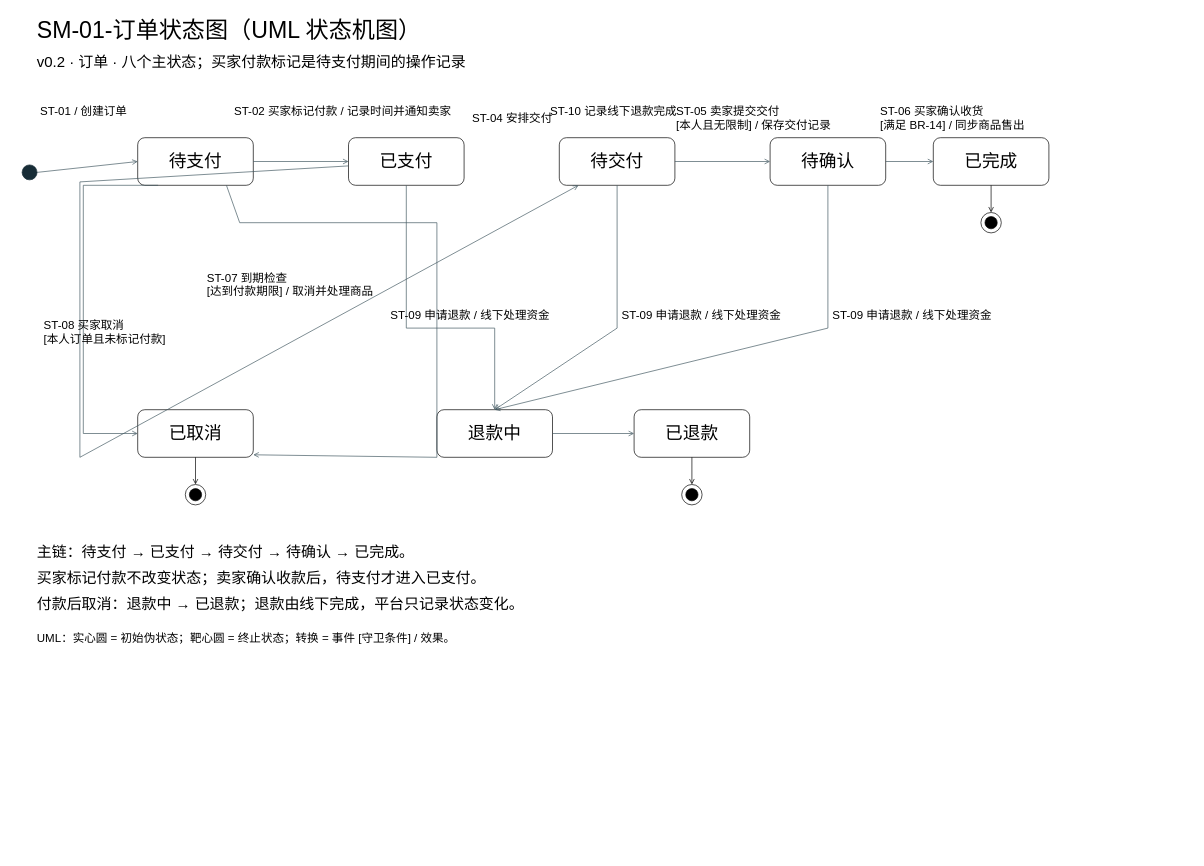
Above: 规则与状态/SM-01-订单状态图.drawio in Elusive-phantasm/Software-Engineering (draw.io), before the change. Source tidied: cells renumbered, new cells numbered last; positions are measured from the earlier drawing's top-left corner, leaving out a move shared by most shapes. Both pictures are drawn from the tidied source at 68%, with x=0, y=0 at pixel (22, 12).
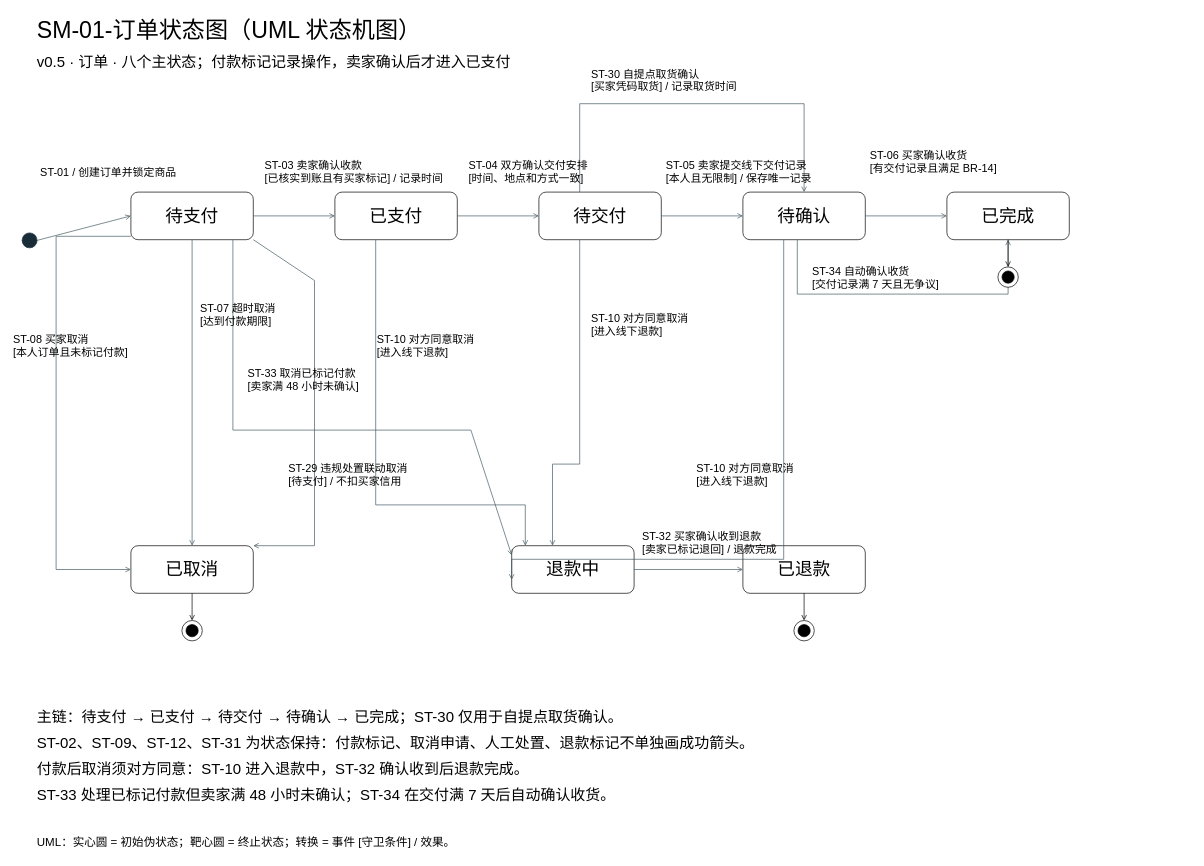
The same page after the edit.

Change to the diagram source:
```diff
@@
     <mxCell id="2" value="SM-01-订单状态图（UML 状态机图）" style="text;html=0;align=left;verticalAlign=top;whiteSpace=wrap;fontSize=34;fontFamily=Microsoft YaHei;" parent="1" vertex="1">
-      <mxGeometry x="20" width="1450" height="50" as="geometry" />
+      <mxGeometry x="20" width="1680" height="50" as="geometry" />
     </mxCell>
-    <mxCell id="3" value="v0.2 · 订单 · 八个主状态；买家付款标记是待支付期间的操作记录" style="text;html=0;align=left;verticalAlign=top;whiteSpace=wrap;fontSize=22;fontFamily=Microsoft YaHei;" parent="1" vertex="1">
-      <mxGeometry x="20" y="55" width="1450" height="45" as="geometry" />
+    <mxCell id="3" value="v0.5 · 订单 · 八个主状态；付款标记记录操作，卖家确认后才进入已支付" style="text;html=0;align=left;verticalAlign=top;whiteSpace=wrap;fontSize=22;fontFamily=Microsoft YaHei;" parent="1" vertex="1">
+      <mxGeometry x="20" y="55" width="1680" height="45" as="geometry" />
     </mxCell>
     <mxCell id="4" style="ellipse;fillColor=#182d37;strokeColor=#182d37;" parent="1" vertex="1">
-      <mxGeometry y="225" width="22" height="22" as="geometry" />
+      <mxGeometry y="325" width="22" height="22" as="geometry" />
     </mxCell>
     <mxCell id="5" value="待支付" style="rounded=1;arcSize=15;whiteSpace=wrap;html=0;fillColor=#ffffff;strokeColor=#000000;fontSize=26;fontFamily=Microsoft YaHei;" parent="1" vertex="1">
-      <mxGeometry x="170" y="185" width="170" height="70" as="geometry" />
+      <mxGeometry x="160" y="265" width="180" height="70" as="geometry" />
     </mxCell>
     <mxCell id="6" value="已支付" style="rounded=1;arcSize=15;whiteSpace=wrap;html=0;fillColor=#ffffff;strokeColor=#000000;fontSize=26;fontFamily=Microsoft YaHei;" parent="1" vertex="1">
-      <mxGeometry x="480" y="185" width="170" height="70" as="geometry" />
+      <mxGeometry x="460" y="265" width="180" height="70" as="geometry" />
     </mxCell>
     <mxCell id="7" value="待交付" style="rounded=1;arcSize=15;whiteSpace=wrap;html=0;fillColor=#ffffff;strokeColor=#000000;fontSize=26;fontFamily=Microsoft YaHei;" parent="1" vertex="1">
-      <mxGeometry x="790" y="185" width="170" height="70" as="geometry" />
+      <mxGeometry x="760" y="265" width="180" height="70" as="geometry" />
     </mxCell>
     <mxCell id="8" value="待确认" style="rounded=1;arcSize=15;whiteSpace=wrap;html=0;fillColor=#ffffff;strokeColor=#000000;fontSize=26;fontFamily=Microsoft YaHei;" parent="1" vertex="1">
-      <mxGeometry x="1100" y="185" width="170" height="70" as="geometry" />
+      <mxGeometry x="1060" y="265" width="180" height="70" as="geometry" />
     </mxCell>
     <mxCell id="9" value="已完成" style="rounded=1;arcSize=15;whiteSpace=wrap;html=0;fillColor=#ffffff;strokeColor=#000000;fontSize=26;fontFamily=Microsoft YaHei;" parent="1" vertex="1">
-      <mxGeometry x="1340" y="185" width="170" height="70" as="geometry" />
+      <mxGeometry x="1360" y="265" width="180" height="70" as="geometry" />
     </mxCell>
     <mxCell id="10" value="已取消" style="rounded=1;arcSize=15;whiteSpace=wrap;html=0;fillColor=#ffffff;strokeColor=#000000;fontSize=26;fontFamily=Microsoft YaHei;" parent="1" vertex="1">
-      <mxGeometry x="170" y="585" width="170" height="70" as="geometry" />
+      <mxGeometry x="160" y="785" width="180" height="70" as="geometry" />
     </mxCell>
     <mxCell id="11" value="退款中" style="rounded=1;arcSize=15;whiteSpace=wrap;html=0;fillColor=#ffffff;strokeColor=#000000;fontSize=26;fontFamily=Microsoft YaHei;" parent="1" vertex="1">
-      <mxGeometry x="610" y="585" width="170" height="70" as="geometry" />
+      <mxGeometry x="720" y="785" width="180" height="70" as="geometry" />
     </mxCell>
     <mxCell id="12" value="已退款" style="rounded=1;arcSize=15;whiteSpace=wrap;html=0;fillColor=#ffffff;strokeColor=#000000;fontSize=26;fontFamily=Microsoft YaHei;" parent="1" vertex="1">
-      <mxGeometry x="900" y="585" width="170" height="70" as="geometry" />
+      <mxGeometry x="1060" y="785" width="180" height="70" as="geometry" />
     </mxCell>
@@
+    <mxCell id="15" style="edgeStyle=none;rounded=0;endArrow=open;endFill=0;exitX=1.0;exitY=0.5;entryX=0.0;entryY=0.5;strokeColor=#435962;" parent="1" edge="1" source="5" target="6">
+      <mxGeometry relative="1" as="geometry" />
+    </mxCell>
+    <mxCell id="17" style="edgeStyle=none;rounded=0;endArrow=open;endFill=0;exitX=1.0;exitY=0.5;entryX=0.0;entryY=0.5;strokeColor=#435962;" parent="1" edge="1" source="6" target="7">
+      <mxGeometry relative="1" as="geometry" />
+    </mxCell>
+    <mxCell id="19" style="edgeStyle=none;rounded=0;endArrow=open;endFill=0;exitX=1.0;exitY=0.5;entryX=0.0;entryY=0.5;strokeColor=#435962;" parent="1" edge="1" source="7" target="8">
+      <mxGeometry relative="1" as="geometry" />
+    </mxCell>
+    <mxCell id="21" style="edgeStyle=none;rounded=0;endArrow=open;endFill=0;exitX=0.3333333333333333;exitY=0.0;entryX=0.5;entryY=0.0;strokeColor=#435962;" parent="1" edge="1" source="7" target="8">
+      <mxGeometry relative="1" as="geometry">
+        <Array as="points">
+          <mxPoint x="820" y="135" />
+          <mxPoint x="1150" y="135" />
+        </Array>
+      </mxGeometry>
+    </mxCell>
+    <mxCell id="23" style="edgeStyle=none;rounded=0;endArrow=open;endFill=0;exitX=1.0;exitY=0.5;entryX=0.0;entryY=0.5;strokeColor=#435962;" parent="1" edge="1" source="8" target="9">
+      <mxGeometry relative="1" as="geometry" />
+    </mxCell>
+    <mxCell id="25" style="edgeStyle=none;rounded=0;endArrow=open;endFill=0;exitX=0.4444444444444444;exitY=1.0;entryX=0.5;entryY=1.0;strokeColor=#435962;" parent="1" edge="1" source="8" target="9">
+      <mxGeometry relative="1" as="geometry">
+        <Array as="points">
+          <mxPoint x="1140" y="415" />
+          <mxPoint x="1450" y="415" />
+        </Array>
+      </mxGeometry>
+    </mxCell>
+    <mxCell id="27" style="edgeStyle=none;rounded=0;endArrow=open;endFill=0;exitX=0.5;exitY=1.0;entryX=0.5;entryY=0.0;strokeColor=#435962;" parent="1" edge="1" source="5" target="10">
+      <mxGeometry relative="1" as="geometry" />
+    </mxCell>
+    <mxCell id="29" style="edgeStyle=none;rounded=0;endArrow=open;endFill=0;exitX=0.0;exitY=0.9285714285714286;entryX=0.0;entryY=0.5;strokeColor=#435962;" parent="1" edge="1" source="5" target="10">
+      <mxGeometry relative="1" as="geometry">
+        <Array as="points">
+          <mxPoint x="50" y="330" />
+          <mxPoint x="50" y="820" />
+        </Array>
+      </mxGeometry>
+    </mxCell>
+    <mxCell id="31" style="edgeStyle=none;rounded=0;endArrow=open;endFill=0;exitX=1.0;exitY=1.0;entryX=1.0;entryY=0.0;strokeColor=#435962;" parent="1" edge="1" source="5" target="10">
+      <mxGeometry relative="1" as="geometry">
+        <Array as="points">
+          <mxPoint x="430" y="395" />
+          <mxPoint x="430" y="785" />
+        </Array>
+      </mxGeometry>
+    </mxCell>
+    <mxCell id="33" style="edgeStyle=none;rounded=0;endArrow=open;endFill=0;exitX=0.8333333333333334;exitY=1.0;entryX=-0.3333333333333333;entryY=0.0;strokeColor=#435962;" parent="1" edge="1" source="5" target="11">
+      <mxGeometry relative="1" as="geometry">
+        <Array as="points">
+          <mxPoint x="310" y="615" />
+          <mxPoint x="660" y="615" />
+        </Array>
+      </mxGeometry>
+    </mxCell>
+    <mxCell id="48" style="edgeStyle=none;rounded=0;endArrow=open;endFill=0;exitX=0.3333333333333333;exitY=1.0;entryX=0.1111111111111111;entryY=0.0;strokeColor=#435962;" parent="1" edge="1" source="6" target="11">
+      <mxGeometry relative="1" as="geometry">
+        <Array as="points">
+          <mxPoint x="520" y="725" />
+          <mxPoint x="740" y="725" />
+        </Array>
+      </mxGeometry>
+    </mxCell>
+    <mxCell id="49" style="edgeStyle=none;rounded=0;endArrow=open;endFill=0;exitX=0.3333333333333333;exitY=1.0;entryX=0.3333333333333333;entryY=0.0;strokeColor=#435962;" parent="1" edge="1" source="7" target="11">
+      <mxGeometry relative="1" as="geometry">
+        <Array as="points">
+          <mxPoint x="820" y="665" />
+          <mxPoint x="780" y="665" />
+        </Array>
+      </mxGeometry>
+    </mxCell>
+    <mxCell id="50" style="edgeStyle=none;rounded=0;endArrow=open;endFill=0;exitX=0.3333333333333333;exitY=1.0;entryX=0.0;entryY=0.7142857142857143;strokeColor=#435962;" parent="1" edge="1" source="8" target="11">
+      <mxGeometry relative="1" as="geometry">
+        <Array as="points">
+          <mxPoint x="1120" y="805" />
+          <mxPoint x="720" y="805" />
+        </Array>
+      </mxGeometry>
+    </mxCell>
+    <mxCell id="51" style="edgeStyle=none;rounded=0;endArrow=open;endFill=0;exitX=1.0;exitY=0.5;entryX=0.0;entryY=0.5;strokeColor=#435962;" parent="1" edge="1" source="11" target="12">
+      <mxGeometry relative="1" as="geometry" />
+    </mxCell>
-    <mxCell id="14" value="ST-01 / 创建订单" style="text;html=0;align=left;verticalAlign=top;whiteSpace=wrap;fontSize=17;fontFamily=Microsoft YaHei;" parent="1" vertex="1">
-      <mxGeometry x="25" y="130" width="460" height="100" as="geometry" />
+    <mxCell id="14" value="ST-01 / 创建订单并锁定商品" style="text;html=0;align=left;verticalAlign=top;whiteSpace=wrap;fontSize=16;fontFamily=Microsoft YaHei;" parent="1" vertex="1">
+      <mxGeometry x="25" y="220" width="460" height="100" as="geometry" />
     </mxCell>
-    <mxCell id="15" style="edgeStyle=none;rounded=0;endArrow=open;endFill=0;exitX=1.0;exitY=0.5;entryX=0.0;entryY=0.5;strokeColor=#435962;" parent="1" edge="1" source="5" target="6">
-      <mxGeometry relative="1" as="geometry" />
-    </mxCell>
-    <mxCell id="16" value="ST-02 买家标记付款 / 记录时间并通知卖家" style="text;html=0;align=left;verticalAlign=top;whiteSpace=wrap;fontSize=17;fontFamily=Microsoft YaHei;" parent="1" vertex="1">
-      <mxGeometry x="310" y="130" width="460" height="100" as="geometry" />
+    <mxCell id="16" value="ST-03 卖家确认收款&#10;[已核实到账且有买家标记] / 记录时间" style="text;html=0;align=left;verticalAlign=top;whiteSpace=wrap;fontSize=16;fontFamily=Microsoft YaHei;" parent="1" vertex="1">
+      <mxGeometry x="355" y="210" width="460" height="100" as="geometry" />
     </mxCell>
-    <mxCell id="17" style="edgeStyle=none;rounded=0;endArrow=open;endFill=0;exitX=-1.8235294117647058;exitY=0.9285714285714286;entryX=-3.6470588235294117;entryY=6.714285714285714;strokeColor=#435962;" parent="1" edge="1" source="6" target="7">
-      <mxGeometry relative="1" as="geometry">
-        <Array as="points">
-          <mxPoint x="85" y="250" />
-          <mxPoint x="85" y="655" />
-        </Array>
-      </mxGeometry>
-    </mxCell>
-    <mxCell id="18" value="ST-04 安排交付" style="text;html=0;align=left;verticalAlign=top;whiteSpace=wrap;fontSize=17;fontFamily=Microsoft YaHei;" parent="1" vertex="1">
-      <mxGeometry x="660" y="140" width="460" height="100" as="geometry" />
+    <mxCell id="18" value="ST-04 双方确认交付安排&#10;[时间、地点和方式一致]" style="text;html=0;align=left;verticalAlign=top;whiteSpace=wrap;fontSize=16;fontFamily=Microsoft YaHei;" parent="1" vertex="1">
+      <mxGeometry x="655" y="210" width="460" height="100" as="geometry" />
     </mxCell>
-    <mxCell id="19" style="edgeStyle=none;rounded=0;endArrow=open;endFill=0;exitX=1.0;exitY=0.5;entryX=0.0;entryY=0.5;strokeColor=#435962;" parent="1" edge="1" source="7" target="8">
-      <mxGeometry relative="1" as="geometry" />
-    </mxCell>
-    <mxCell id="20" value="ST-05 卖家提交交付&#10;[本人且无限制] / 保存交付记录" style="text;html=0;align=left;verticalAlign=top;whiteSpace=wrap;fontSize=17;fontFamily=Microsoft YaHei;" parent="1" vertex="1">
-      <mxGeometry x="960" y="130" width="460" height="100" as="geometry" />
+    <mxCell id="20" value="ST-05 卖家提交线下交付记录&#10;[本人且无限制] / 保存唯一记录" style="text;html=0;align=left;verticalAlign=top;whiteSpace=wrap;fontSize=16;fontFamily=Microsoft YaHei;" parent="1" vertex="1">
+      <mxGeometry x="945" y="210" width="460" height="100" as="geometry" />
     </mxCell>
-    <mxCell id="21" style="edgeStyle=none;rounded=0;endArrow=open;endFill=0;exitX=1.0;exitY=0.5;entryX=0.0;entryY=0.5;strokeColor=#435962;" parent="1" edge="1" source="8" target="9">
-      <mxGeometry relative="1" as="geometry" />
-    </mxCell>
-    <mxCell id="22" value="ST-06 买家确认收货&#10;[满足 BR-14] / 同步商品售出" style="text;html=0;align=left;verticalAlign=top;whiteSpace=wrap;fontSize=17;fontFamily=Microsoft YaHei;" parent="1" vertex="1">
-      <mxGeometry x="1260" y="130" width="460" height="100" as="geometry" />
+    <mxCell id="22" value="ST-30 自提点取货确认&#10;[买家凭码取货] / 记录取货时间" style="text;html=0;align=left;verticalAlign=top;whiteSpace=wrap;fontSize=16;fontFamily=Microsoft YaHei;" parent="1" vertex="1">
+      <mxGeometry x="835" y="75" width="460" height="100" as="geometry" />
     </mxCell>
-    <mxCell id="23" style="edgeStyle=none;rounded=0;endArrow=open;endFill=0;exitX=0.8823529411764706;exitY=1.2142857142857142;entryX=1.0588235294117647;entryY=1.0;strokeColor=#435962;" parent="1" edge="1" source="5" target="10">
-      <mxGeometry relative="1" as="geometry">
-        <Array as="points">
-          <mxPoint x="320" y="310" />
-          <mxPoint x="610" y="310" />
-          <mxPoint x="610" y="655" />
-        </Array>
-      </mxGeometry>
-    </mxCell>
-    <mxCell id="24" value="ST-07 到期检查&#10;[达到付款期限] / 取消并处理商品" style="text;html=0;align=left;verticalAlign=top;whiteSpace=wrap;fontSize=17;fontFamily=Microsoft YaHei;" parent="1" vertex="1">
-      <mxGeometry x="270" y="375" width="460" height="100" as="geometry" />
+    <mxCell id="24" value="ST-06 买家确认收货&#10;[有交付记录且满足 BR-14]" style="text;html=0;align=left;verticalAlign=top;whiteSpace=wrap;fontSize=16;fontFamily=Microsoft YaHei;" parent="1" vertex="1">
+      <mxGeometry x="1245" y="195" width="460" height="100" as="geometry" />
     </mxCell>
-    <mxCell id="25" style="edgeStyle=none;rounded=0;endArrow=open;endFill=0;exitX=0.17647058823529413;exitY=1.0;entryX=0.0;entryY=0.5;strokeColor=#435962;" parent="1" edge="1" source="5" target="10">
-      <mxGeometry relative="1" as="geometry">
-        <Array as="points">
-          <mxPoint x="90" y="255" />
-          <mxPoint x="90" y="620" />
-        </Array>
-      </mxGeometry>
-    </mxCell>
-    <mxCell id="26" value="ST-08 买家取消&#10;[本人订单且未标记付款]" style="text;html=0;align=left;verticalAlign=top;whiteSpace=wrap;fontSize=17;fontFamily=Microsoft YaHei;" parent="1" vertex="1">
-      <mxGeometry x="30" y="445" width="460" height="100" as="geometry" />
+    <mxCell id="26" value="ST-34 自动确认收货&#10;[交付记录满 7 天且无争议]" style="text;html=0;align=left;verticalAlign=top;whiteSpace=wrap;fontSize=16;fontFamily=Microsoft YaHei;" parent="1" vertex="1">
+      <mxGeometry x="1160" y="365" width="460" height="100" as="geometry" />
     </mxCell>
-    <mxCell id="27" style="edgeStyle=none;rounded=0;endArrow=open;endFill=0;exitX=0.5;exitY=1.0;entryX=0.5;entryY=0.0;strokeColor=#435962;" parent="1" edge="1" source="6" target="11">
-      <mxGeometry relative="1" as="geometry">
-        <Array as="points">
-          <mxPoint x="565" y="465" />
-          <mxPoint x="695" y="465" />
-        </Array>
-      </mxGeometry>
-    </mxCell>
-    <mxCell id="28" value="ST-09 申请退款 / 线下处理资金" style="text;html=0;align=left;verticalAlign=top;whiteSpace=wrap;fontSize=17;fontFamily=Microsoft YaHei;" parent="1" vertex="1">
-      <mxGeometry x="540" y="430" width="460" height="100" as="geometry" />
+    <mxCell id="28" value="ST-07 超时取消&#10;[达到付款期限]" style="text;html=0;align=left;verticalAlign=top;whiteSpace=wrap;fontSize=16;fontFamily=Microsoft YaHei;" parent="1" vertex="1">
+      <mxGeometry x="260" y="420" width="460" height="100" as="geometry" />
     </mxCell>
-    <mxCell id="29" style="edgeStyle=none;rounded=0;endArrow=open;endFill=0;exitX=0.5;exitY=1.0;entryX=0.5;entryY=-1.7142857142857142;strokeColor=#435962;" parent="1" edge="1" source="7" target="11">
-      <mxGeometry relative="1" as="geometry">
-        <Array as="points">
-          <mxPoint x="875" y="465" />
-        </Array>
-      </mxGeometry>
-    </mxCell>
-    <mxCell id="30" value="ST-09 申请退款 / 线下处理资金" style="text;html=0;align=left;verticalAlign=top;whiteSpace=wrap;fontSize=17;fontFamily=Microsoft YaHei;" parent="1" vertex="1">
-      <mxGeometry x="880" y="430" width="460" height="100" as="geometry" />
+    <mxCell id="30" value="ST-08 买家取消&#10;[本人订单且未标记付款]" style="text;html=0;align=left;verticalAlign=top;whiteSpace=wrap;fontSize=16;fontFamily=Microsoft YaHei;" parent="1" vertex="1">
+      <mxGeometry x="-15" y="465" width="460" height="100" as="geometry" />
     </mxCell>
-    <mxCell id="31" style="edgeStyle=none;rounded=0;endArrow=open;endFill=0;exitX=0.5;exitY=1.0;entryX=0.5;entryY=-1.7142857142857142;strokeColor=#435962;" parent="1" edge="1" source="8" target="11">
-      <mxGeometry relative="1" as="geometry">
-        <Array as="points">
-          <mxPoint x="1185" y="465" />
-        </Array>
-      </mxGeometry>
-    </mxCell>
-    <mxCell id="32" value="ST-09 申请退款 / 线下处理资金" style="text;html=0;align=left;verticalAlign=top;whiteSpace=wrap;fontSize=17;fontFamily=Microsoft YaHei;" parent="1" vertex="1">
-      <mxGeometry x="1190" y="430" width="460" height="100" as="geometry" />
+    <mxCell id="32" value="ST-29 违规处置联动取消&#10;[待支付] / 不扣买家信用" style="text;html=0;align=left;verticalAlign=top;whiteSpace=wrap;fontSize=16;fontFamily=Microsoft YaHei;" parent="1" vertex="1">
+      <mxGeometry x="390" y="655" width="460" height="100" as="geometry" />
     </mxCell>
-    <mxCell id="33" style="edgeStyle=none;rounded=0;endArrow=open;endFill=0;exitX=1.0;exitY=0.5;entryX=0.0;entryY=0.5;strokeColor=#435962;" parent="1" edge="1" source="11" target="12">
-      <mxGeometry relative="1" as="geometry" />
-    </mxCell>
-    <mxCell id="34" value="ST-10 记录线下退款完成" style="text;html=0;align=left;verticalAlign=top;whiteSpace=wrap;fontSize=17;fontFamily=Microsoft YaHei;" parent="1" vertex="1">
-      <mxGeometry x="775" y="130" width="460" height="100" as="geometry" />
+    <mxCell id="34" value="ST-33 取消已标记付款&#10;[卖家满 48 小时未确认]" style="text;html=0;align=left;verticalAlign=top;whiteSpace=wrap;fontSize=16;fontFamily=Microsoft YaHei;" parent="1" vertex="1">
+      <mxGeometry x="330" y="515" width="460" height="100" as="geometry" />
     </mxCell>
+    <mxCell id="52" value="ST-10 对方同意取消&#10;[进入线下退款]" style="text;html=0;align=left;verticalAlign=top;whiteSpace=wrap;fontSize=16;fontFamily=Microsoft YaHei;" parent="1" vertex="1">
+      <mxGeometry x="520" y="465" width="460" height="100" as="geometry" />
+    </mxCell>
+    <mxCell id="53" value="ST-10 对方同意取消&#10;[进入线下退款]" style="text;html=0;align=left;verticalAlign=top;whiteSpace=wrap;fontSize=16;fontFamily=Microsoft YaHei;" parent="1" vertex="1">
+      <mxGeometry x="835" y="435" width="460" height="100" as="geometry" />
+    </mxCell>
+    <mxCell id="54" value="ST-10 对方同意取消&#10;[进入线下退款]" style="text;html=0;align=left;verticalAlign=top;whiteSpace=wrap;fontSize=16;fontFamily=Microsoft YaHei;" parent="1" vertex="1">
+      <mxGeometry x="990" y="655" width="460" height="100" as="geometry" />
+    </mxCell>
+    <mxCell id="55" value="ST-32 买家确认收到退款&#10;[卖家已标记退回] / 退款完成" style="text;html=0;align=left;verticalAlign=top;whiteSpace=wrap;fontSize=16;fontFamily=Microsoft YaHei;" parent="1" vertex="1">
+      <mxGeometry x="910" y="755" width="460" height="100" as="geometry" />
+    </mxCell>
-    <mxCell id="35" value="主链：待支付 → 已支付 → 待交付 → 待确认 → 已完成。" style="text;html=0;align=left;verticalAlign=top;whiteSpace=wrap;fontSize=22;fontFamily=Microsoft YaHei;" parent="1" vertex="1">
-      <mxGeometry x="20" y="775" width="1480" height="36" as="geometry" />
+    <mxCell id="35" value="主链：待支付 → 已支付 → 待交付 → 待确认 → 已完成；ST-30 仅用于自提点取货确认。" style="text;html=0;align=left;verticalAlign=top;whiteSpace=wrap;fontSize=22;fontFamily=Microsoft YaHei;" parent="1" vertex="1">
+      <mxGeometry x="20" y="1018" width="1680" height="36" as="geometry" />
     </mxCell>
-    <mxCell id="36" value="买家标记付款不改变状态；卖家确认收款后，待支付才进入已支付。" style="text;html=0;align=left;verticalAlign=top;whiteSpace=wrap;fontSize=22;fontFamily=Microsoft YaHei;" parent="1" vertex="1">
-      <mxGeometry x="20" y="813" width="1480" height="36" as="geometry" />
+    <mxCell id="36" value="ST-02、ST-09、ST-12、ST-31 为状态保持：付款标记、取消申请、人工处置、退款标记不单独画成功箭头。" style="text;html=0;align=left;verticalAlign=top;whiteSpace=wrap;fontSize=22;fontFamily=Microsoft YaHei;" parent="1" vertex="1">
+      <mxGeometry x="20" y="1056" width="1680" height="36" as="geometry" />
     </mxCell>
-    <mxCell id="37" value="付款后取消：退款中 → 已退款；退款由线下完成，平台只记录状态变化。" style="text;html=0;align=left;verticalAlign=top;whiteSpace=wrap;fontSize=22;fontFamily=Microsoft YaHei;" parent="1" vertex="1">
-      <mxGeometry x="20" y="851" width="1480" height="36" as="geometry" />
+    <mxCell id="37" value="付款后取消须对方同意：ST-10 进入退款中，ST-32 确认收到后退款完成。" style="text;html=0;align=left;verticalAlign=top;whiteSpace=wrap;fontSize=22;fontFamily=Microsoft YaHei;" parent="1" vertex="1">
+      <mxGeometry x="20" y="1094" width="1680" height="36" as="geometry" />
     </mxCell>
+    <mxCell id="56" value="ST-33 处理已标记付款但卖家满 48 小时未确认；ST-34 在交付满 7 天后自动确认收货。" style="text;html=0;align=left;verticalAlign=top;whiteSpace=wrap;fontSize=22;fontFamily=Microsoft YaHei;" parent="1" vertex="1">
+      <mxGeometry x="20" y="1132" width="1680" height="36" as="geometry" />
+    </mxCell>
     <mxCell id="38" style="ellipse;fillColor=#ffffff;strokeColor=#000000;" parent="1" vertex="1">
-      <mxGeometry x="1410" y="295" width="30" height="30" as="geometry" />
+      <mxGeometry x="1435" y="375" width="30" height="30" as="geometry" />
     </mxCell>
@@
     <mxCell id="41" style="ellipse;fillColor=#ffffff;strokeColor=#000000;" parent="1" vertex="1">
-      <mxGeometry x="240" y="695" width="30" height="30" as="geometry" />
+      <mxGeometry x="235" y="895" width="30" height="30" as="geometry" />
     </mxCell>
@@
     <mxCell id="44" style="ellipse;fillColor=#ffffff;strokeColor=#000000;" parent="1" vertex="1">
-      <mxGeometry x="970" y="695" width="30" height="30" as="geometry" />
+      <mxGeometry x="1135" y="895" width="30" height="30" as="geometry" />
     </mxCell>
@@
     <mxCell id="47" value="UML：实心圆 = 初始伪状态；靶心圆 = 终止状态；转换 = 事件 [守卫条件] / 效果。" style="text;html=0;align=left;verticalAlign=top;whiteSpace=wrap;fontSize=17;fontFamily=Microsoft YaHei;" parent="1" vertex="1">
-      <mxGeometry x="20" y="905" width="1480" height="35" as="geometry" />
+      <mxGeometry x="20" y="1205" width="1480" height="35" as="geometry" />
     </mxCell>
```
